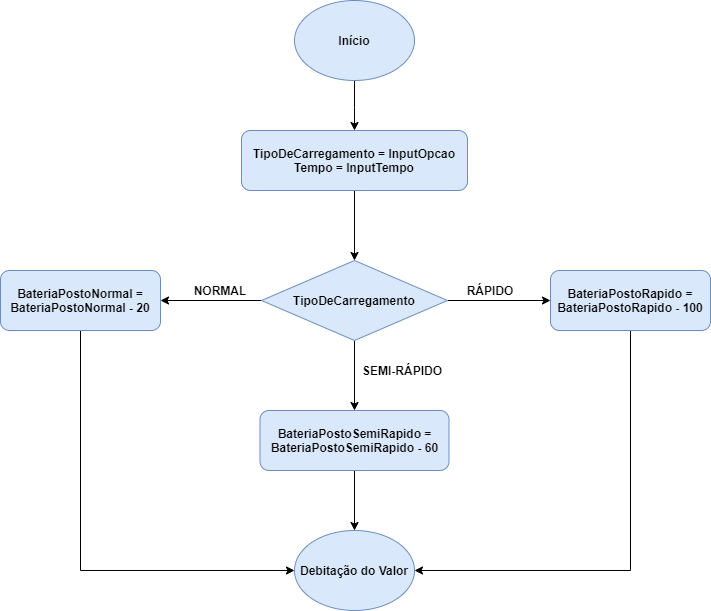
This is flux_atualizacao_energia.png from ProgRub/Proj2AC, a draw.io export, as it was before one commit. Source tidied: cells renumbered, new cells last; positions are measured from the earlier drawing's top-left corner, leaving out a move shared by most shapes.
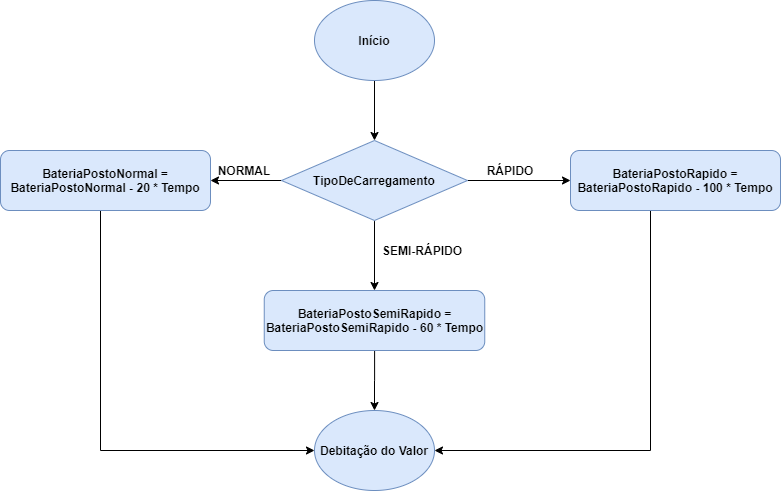
The same file after the commit.

What changed in the source:
```diff
@@ -2,15 +2,11 @@
   <root>
     <mxCell id="0" />
     <mxCell id="1" parent="0" />
-    <mxCell id="2" style="edgeStyle=orthogonalEdgeStyle;rounded=0;jettySize=auto;html=1;entryX=0.5;entryY=0;entryDx=0;entryDy=0;" parent="1" edge="1" source="3" target="19">
-      <mxGeometry relative="1" as="geometry">
-        <Array as="points">
-          <mxPoint x="354" y="107" />
-        </Array>
-      </mxGeometry>
-    </mxCell>
+    <mxCell id="20" style="edgeStyle=orthogonalEdgeStyle;rounded=0;jettySize=auto;html=1;" parent="1" edge="1" source="3" target="7">
+      <mxGeometry relative="1" as="geometry" />
+    </mxCell>
     <mxCell id="3" value="&lt;b&gt;Início&lt;/b&gt;" style="ellipse;whiteSpace=wrap;html=1;fillColor=#dae8fc;strokeColor=#6c8ebf;" parent="1" vertex="1">
-      <mxGeometry x="294" width="120" height="80" as="geometry" />
+      <mxGeometry x="294" y="120" width="120" height="80" as="geometry" />
     </mxCell>
     <mxCell id="4" style="edgeStyle=orthogonalEdgeStyle;rounded=0;jettySize=auto;html=1;entryX=0.5;entryY=0;entryDx=0;entryDy=0;" parent="1" edge="1" source="7" target="11">
       <mxGeometry relative="1" as="geometry" />
@@ -31,14 +27,14 @@
         </Array>
       </mxGeometry>
     </mxCell>
-    <mxCell id="9" value="&lt;b&gt;BateriaPostoNormal = BateriaPostoNormal - 20&lt;/b&gt;" style="rounded=1;whiteSpace=wrap;html=1;fillColor=#dae8fc;strokeColor=#6c8ebf;" parent="1" vertex="1">
-      <mxGeometry y="270" width="160" height="60" as="geometry" />
+    <mxCell id="9" value="&lt;b&gt;BateriaPostoNormal = BateriaPostoNormal - 20 * Tempo&lt;/b&gt;" style="rounded=1;whiteSpace=wrap;html=1;fillColor=#dae8fc;strokeColor=#6c8ebf;" parent="1" vertex="1">
+      <mxGeometry x="-20" y="270" width="210" height="60" as="geometry" />
     </mxCell>
     <mxCell id="10" style="edgeStyle=orthogonalEdgeStyle;rounded=0;jettySize=auto;html=1;entryX=0.5;entryY=0;entryDx=0;entryDy=0;" parent="1" edge="1" source="11" target="17">
       <mxGeometry relative="1" as="geometry" />
     </mxCell>
-    <mxCell id="11" value="&lt;b&gt;BateriaPostoSemiRapido = BateriaPostoSemiRapido - 60&lt;/b&gt;" style="rounded=1;whiteSpace=wrap;html=1;fillColor=#dae8fc;strokeColor=#6c8ebf;" parent="1" vertex="1">
-      <mxGeometry x="259.5" y="410" width="189" height="60" as="geometry" />
+    <mxCell id="11" value="&lt;b&gt;BateriaPostoSemiRapido = BateriaPostoSemiRapido - 60&lt;/b&gt;&lt;b&gt;&amp;nbsp;*&amp;nbsp;&lt;/b&gt;&lt;b&gt;Tempo&lt;/b&gt;" style="rounded=1;whiteSpace=wrap;html=1;fillColor=#dae8fc;strokeColor=#6c8ebf;" parent="1" vertex="1">
+      <mxGeometry x="243.8" y="410" width="220.5" height="60" as="geometry" />
     </mxCell>
     <mxCell id="12" style="edgeStyle=orthogonalEdgeStyle;rounded=0;jettySize=auto;html=1;entryX=1;entryY=0.5;entryDx=0;entryDy=0;" parent="1" edge="1" source="13" target="17">
       <mxGeometry relative="1" as="geometry">
@@ -47,11 +43,11 @@
         </Array>
       </mxGeometry>
     </mxCell>
-    <mxCell id="13" value="&lt;b&gt;BateriaPostoRapido = BateriaPostoRapido - 100&lt;/b&gt;" style="rounded=1;whiteSpace=wrap;html=1;fillColor=#dae8fc;strokeColor=#6c8ebf;" parent="1" vertex="1">
-      <mxGeometry x="550" y="270" width="160" height="60" as="geometry" />
+    <mxCell id="13" value="&lt;b&gt;BateriaPostoRapido = BateriaPostoRapido - 100&amp;nbsp;&lt;/b&gt;&lt;b&gt;*&amp;nbsp;&lt;/b&gt;&lt;b&gt;Tempo&lt;/b&gt;" style="rounded=1;whiteSpace=wrap;html=1;fillColor=#dae8fc;strokeColor=#6c8ebf;" parent="1" vertex="1">
+      <mxGeometry x="550" y="270" width="210" height="60" as="geometry" />
     </mxCell>
     <mxCell id="14" value="&lt;b&gt;NORMAL&lt;/b&gt;" style="text;html=1;strokeColor=none;fillColor=none;align=center;verticalAlign=middle;whiteSpace=wrap;rounded=0;" parent="1" vertex="1">
-      <mxGeometry x="200" y="280" width="40" height="20" as="geometry" />
+      <mxGeometry x="203.8" y="280" width="40" height="20" as="geometry" />
     </mxCell>
     <mxCell id="15" value="&lt;b&gt;RÁPIDO&lt;/b&gt;" style="text;html=1;strokeColor=none;fillColor=none;align=center;verticalAlign=middle;whiteSpace=wrap;rounded=0;" parent="1" vertex="1">
       <mxGeometry x="470" y="280" width="40" height="20" as="geometry" />
@@ -62,11 +58,5 @@
     <mxCell id="17" value="&lt;b&gt;Debitação do Valor&lt;/b&gt;" style="ellipse;whiteSpace=wrap;html=1;fillColor=#dae8fc;strokeColor=#6c8ebf;" parent="1" vertex="1">
       <mxGeometry x="294" y="530" width="120" height="80" as="geometry" />
     </mxCell>
-    <mxCell id="18" style="edgeStyle=orthogonalEdgeStyle;rounded=0;jettySize=auto;html=1;" parent="1" edge="1" source="19" target="7">
-      <mxGeometry relative="1" as="geometry" />
-    </mxCell>
-    <mxCell id="19" value="&lt;b&gt;TipoDeCarregamento = InputOpcao&lt;br&gt;Tempo = InputTempo&lt;/b&gt;" style="rounded=1;whiteSpace=wrap;html=1;fillColor=#dae8fc;strokeColor=#6c8ebf;" parent="1" vertex="1">
-      <mxGeometry x="241" y="130" width="226" height="60" as="geometry" />
-    </mxCell>
   </root>
 </mxGraphModel>
```
